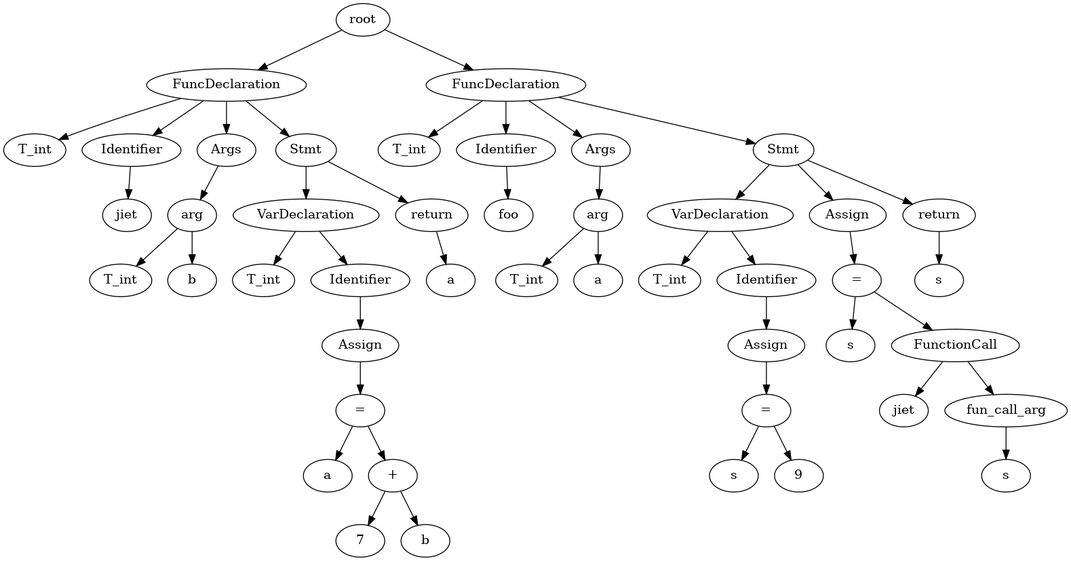
Jstar49/starCC keeps this Graphviz diagram as test.gv.png. Above is the earlier version. Its source is kept beside it as test.gv.
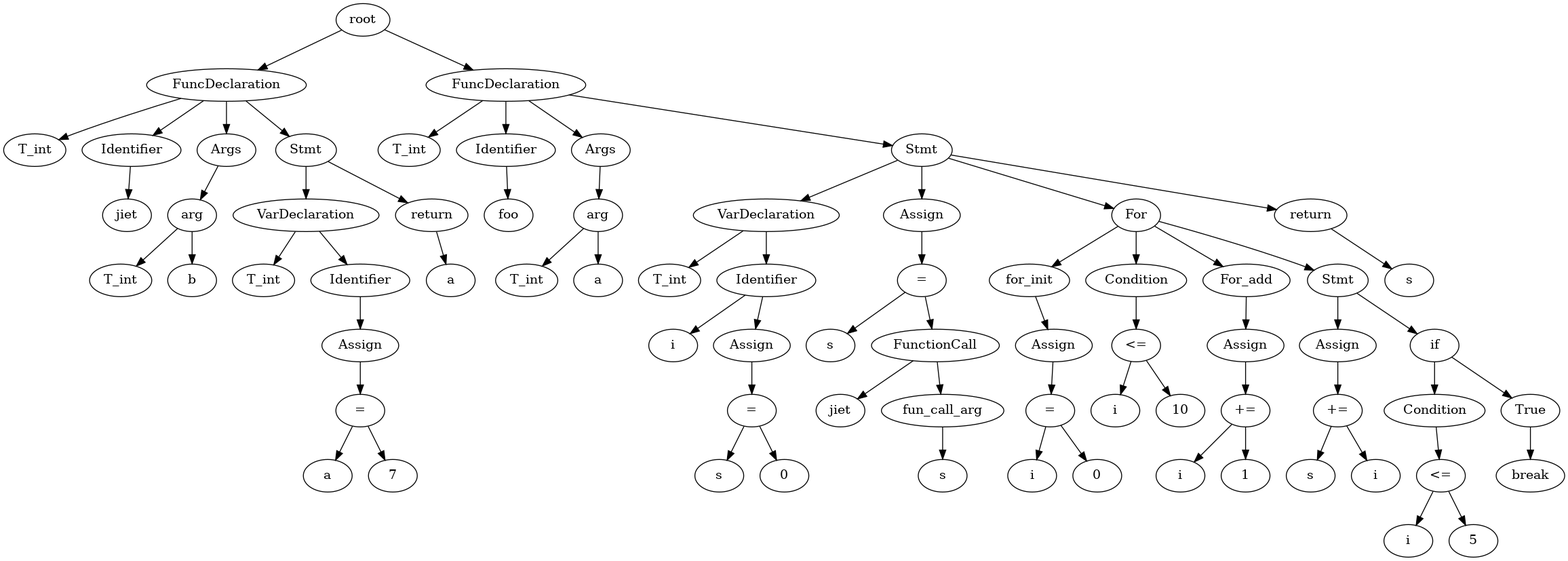
The same file after the commit.

Diff of the diagram source:
```diff
@@ -30,64 +30,116 @@
 	12 -> 14
 	13 [label=a]
 	14 -> 13
-	16 [label="+"]
-	14 -> 16
 	15 [label=7]
-	16 -> 15
-	17 [label=b]
+	14 -> 15
+	16 [label=return]
+	8 -> 16
+	17 [label=a]
 	16 -> 17
-	18 [label=return]
-	8 -> 18
-	19 [label=a]
+	18 [label=FuncDeclaration]
+	None -> 18
+	19 [label=T_int]
 	18 -> 19
-	20 [label=FuncDeclaration]
-	None -> 20
-	21 [label=T_int]
+	20 [label=Identifier]
+	18 -> 20
+	21 [label=foo]
 	20 -> 21
-	22 [label=Identifier]
-	20 -> 22
-	23 [label=foo]
+	22 [label=Args]
+	18 -> 22
+	23 [label=arg]
 	22 -> 23
-	24 [label=Args]
-	20 -> 24
-	25 [label=arg]
-	24 -> 25
-	26 [label=T_int]
-	25 -> 26
-	27 [label=a]
-	25 -> 27
-	28 [label=Stmt]
-	20 -> 28
-	29 [label=VarDeclaration]
-	28 -> 29
-	30 [label=T_int]
+	24 [label=T_int]
+	23 -> 24
+	25 [label=a]
+	23 -> 25
+	26 [label=Stmt]
+	18 -> 26
+	27 [label=VarDeclaration]
+	26 -> 27
+	28 [label=T_int]
+	27 -> 28
+	29 [label=Identifier]
+	27 -> 29
+	30 [label=i]
 	29 -> 30
-	31 [label=Identifier]
+	31 [label=Assign]
 	29 -> 31
-	32 [label=Assign]
-	31 -> 32
-	34 [label="="]
-	32 -> 34
-	33 [label=s]
-	34 -> 33
-	35 [label=9]
-	34 -> 35
-	36 [label=Assign]
-	28 -> 36
-	38 [label="="]
-	36 -> 38
-	37 [label=s]
-	38 -> 37
-	39 [label=FunctionCall]
+	33 [label="="]
+	31 -> 33
+	32 [label=s]
+	33 -> 32
+	34 [label=0]
+	33 -> 34
+	35 [label=Assign]
+	26 -> 35
+	37 [label="="]
+	35 -> 37
+	36 [label=s]
+	37 -> 36
+	38 [label=FunctionCall]
+	37 -> 38
+	39 [label=jiet]
 	38 -> 39
-	40 [label=jiet]
-	39 -> 40
-	41 [label=fun_call_arg]
-	39 -> 41
-	42 [label=s]
-	41 -> 42
-	43 [label=return]
-	28 -> 43
-	44 [label=s]
+	40 [label=fun_call_arg]
+	38 -> 40
+	41 [label=s]
+	40 -> 41
+	42 [label=For]
+	26 -> 42
+	43 [label=for_init]
+	42 -> 43
+	44 [label=Assign]
 	43 -> 44
+	46 [label="="]
+	44 -> 46
+	45 [label=i]
+	46 -> 45
+	47 [label=0]
+	46 -> 47
+	48 [label=Condition]
+	42 -> 48
+	50 [label="<="]
+	48 -> 50
+	49 [label=i]
+	50 -> 49
+	51 [label=10]
+	50 -> 51
+	52 [label=For_add]
+	42 -> 52
+	53 [label=Assign]
+	52 -> 53
+	55 [label="+="]
+	53 -> 55
+	54 [label=i]
+	55 -> 54
+	56 [label=1]
+	55 -> 56
+	57 [label=Stmt]
+	42 -> 57
+	58 [label=Assign]
+	57 -> 58
+	60 [label="+="]
+	58 -> 60
+	59 [label=s]
+	60 -> 59
+	61 [label=i]
+	60 -> 61
+	62 [label=if]
+	57 -> 62
+	63 [label=Condition]
+	62 -> 63
+	65 [label="<="]
+	63 -> 65
+	64 [label=i]
+	65 -> 64
+	66 [label=5]
+	65 -> 66
+	67 [label=True]
+	62 -> 67
+	68 [label=break]
+	67 -> 68
+	69 [label=return]
+	26 -> 69
+	70 [label=s]
+	69 -> 70
 }
```
